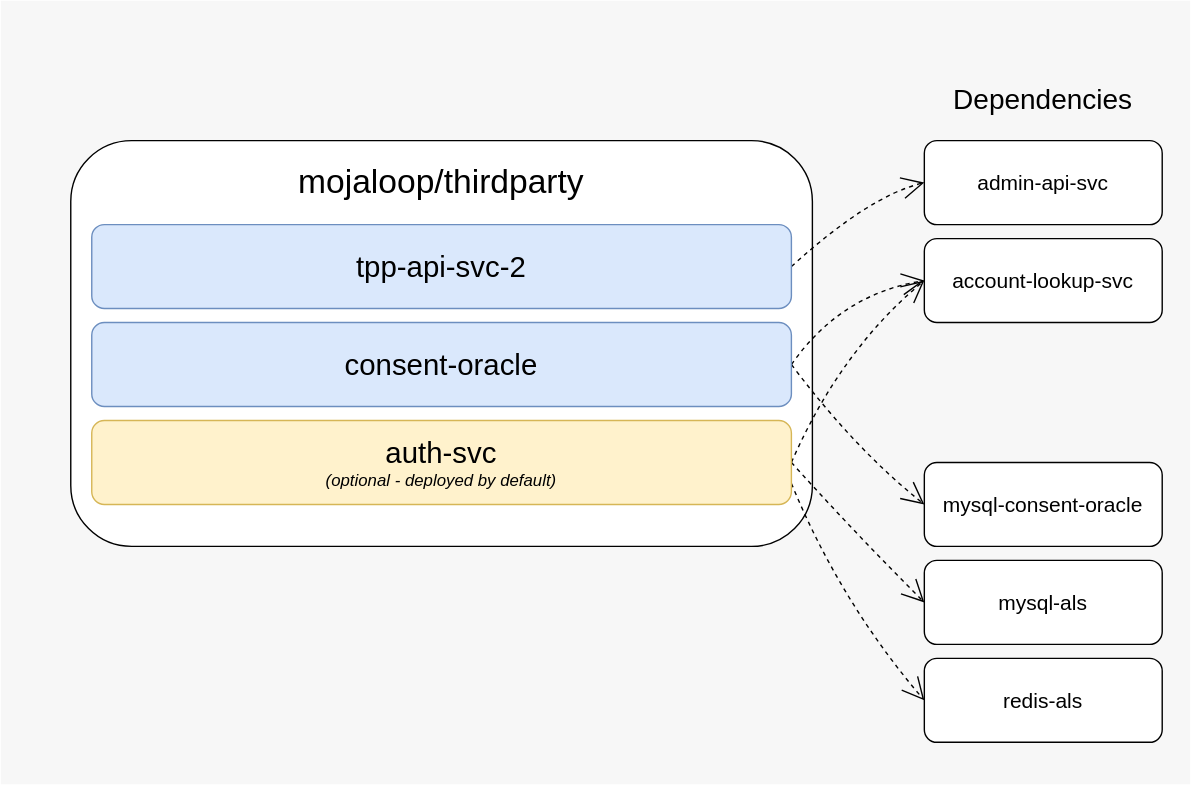
The draw.io diagram thirdparty_v2.0/overview.svg in mojaloop/helm, before a commit. Source tidied: cells renumbered, new cells last; positions are measured from the earlier drawing's top-left corner, leaving out a move shared by most shapes.
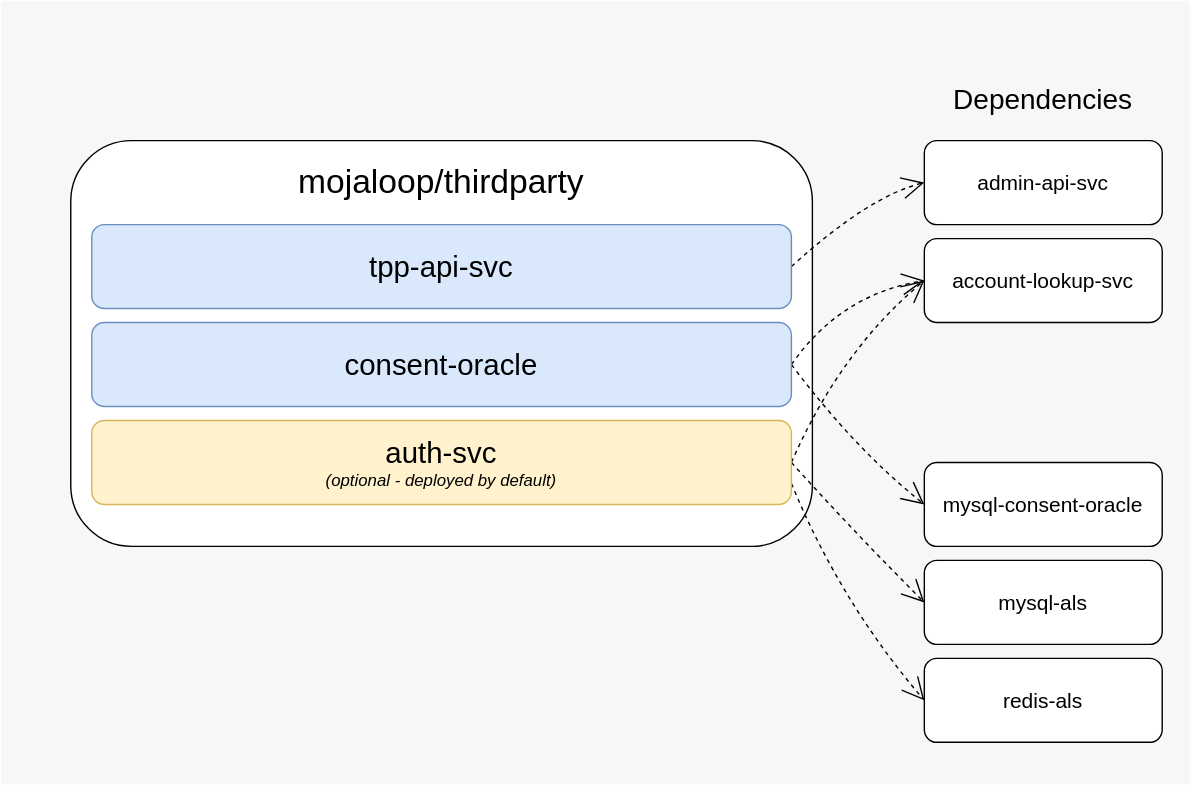
Above is the later version.

Diff of the diagram source:
```diff
@@ -15,7 +15,7 @@
         </Array>
       </mxGeometry>
     </mxCell>
-    <mxCell id="5" value="&lt;font style=&quot;font-size: 21px&quot;&gt;tpp-api-svc-2&lt;/font&gt;" style="rounded=1;whiteSpace=wrap;html=1;hachureGap=4;fillColor=#dae8fc;strokeColor=#6c8ebf;" parent="1" vertex="1">
+    <mxCell id="5" value="&lt;font style=&quot;font-size: 21px&quot;&gt;tpp-api-svc&lt;/font&gt;" style="rounded=1;whiteSpace=wrap;html=1;hachureGap=4;fillColor=#dae8fc;strokeColor=#6c8ebf;" parent="1" vertex="1">
       <mxGeometry x="65" y="160" width="500" height="60" as="geometry" />
     </mxCell>
     <mxCell id="6" style="edgeStyle=none;curved=1;rounded=0;jettySize=auto;html=1;exitX=1;exitY=0.5;exitDx=0;exitDy=0;dashed=1;endArrow=open;startSize=14;endSize=14;sourcePerimeterSpacing=8;targetPerimeterSpacing=8;" parent="1" edge="1" source="8">
```
